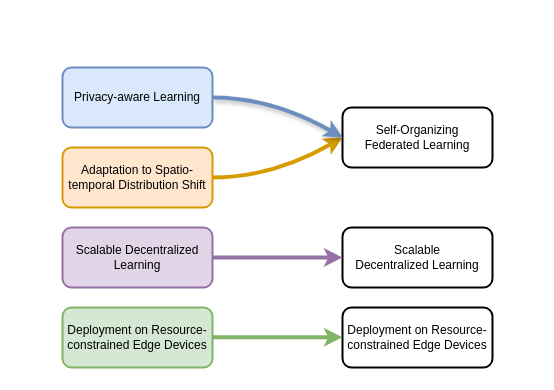
This is figures/mapping.drawio from domm99/phd-thesis, a draw.io file, before an edit. Source tidied: cells renumbered, new cells numbered last; positions are measured from the earlier drawing's top-left corner, leaving out a move shared by most shapes. Both pictures are drawn from the tidied source at 100%, with x=0, y=0 at pixel (62, 67).
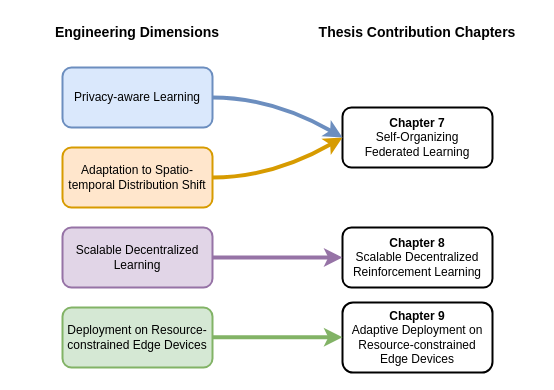
The same page after the edit.

Commit message (it also covers changes not shown here):
improve mapping figure

The change refers to these unchanged cells:
```xml
<mxCell id="4" value="Adaptation to Spatio-temporal Distribution Shift" style="rounded=1;whiteSpace=wrap;html=1;fillColor=#ffe6cc;strokeColor=#d79b00;strokeWidth=2;" parent="1" vertex="1">
  <mxGeometry y="80" width="150" height="60" as="geometry" />
</mxCell>
<mxCell id="6" value="Scalable Decentralized Learning" style="rounded=1;whiteSpace=wrap;html=1;fillColor=#e1d5e7;strokeColor=#9673a6;strokeWidth=2;" parent="1" vertex="1">
  <mxGeometry y="160" width="150" height="60" as="geometry" />
</mxCell>
```

What changed in the source:
```diff
@@
-    <mxCell id="2" style="edgeStyle=orthogonalEdgeStyle;curved=1;rounded=1;orthogonalLoop=1;jettySize=auto;html=1;exitX=0.5;exitY=1;exitDx=0;exitDy=0;" parent="1" edge="1">
-      <mxGeometry relative="1" as="geometry">
-        <mxPoint x="570" y="630" as="sourcePoint" />
-      </mxGeometry>
-    </mxCell>
+    <mxCell id="14" style="edgeStyle=orthogonalEdgeStyle;curved=1;rounded=1;orthogonalLoop=1;jettySize=auto;html=1;exitX=0.5;exitY=1;exitDx=0;exitDy=0;" parent="1" edge="1">
+      <mxGeometry relative="1" as="geometry">
+        <mxPoint x="570" y="630" as="sourcePoint" />
+      </mxGeometry>
+    </mxCell>
@@
-    <mxCell id="7" value="Self-Organizing &lt;br&gt;Federated Learning" style="rounded=1;whiteSpace=wrap;html=1;strokeWidth=2;" parent="1" vertex="1">
-      <mxGeometry x="280" y="40" width="150" height="60" as="geometry" />
-    </mxCell>
-    <mxCell id="8" value="Scalable Decentralized&lt;span style=&quot;background-color: transparent; color: light-dark(rgb(0, 0, 0), rgb(255, 255, 255));&quot;&gt;&amp;nbsp;Learning&lt;/span&gt;" style="rounded=1;whiteSpace=wrap;html=1;strokeWidth=2;" parent="1" vertex="1">
-      <mxGeometry x="280" y="160" width="150" height="60" as="geometry" />
-    </mxCell>
-    <mxCell id="9" value="Deployment on Resource-constrained Edge Devices" style="rounded=1;whiteSpace=wrap;html=1;strokeWidth=2;" parent="1" vertex="1">
-      <mxGeometry x="280" y="240" width="150" height="60" as="geometry" />
-    </mxCell>
-    <mxCell id="10" style="curved=1;endArrow=classic;html=1;rounded=1;strokeWidth=4;exitX=1;exitY=0.5;exitDx=0;exitDy=0;entryX=0;entryY=0.5;entryDx=0;entryDy=0;fillColor=#ffe6cc;strokeColor=#d79b00;" parent="1" edge="1" source="4" target="7">
-      <mxGeometry relative="1" as="geometry">
-        <Array as="points">
-          <mxPoint x="210" y="110" />
-        </Array>
-      </mxGeometry>
-    </mxCell>
-    <mxCell id="11" style="curved=1;endArrow=classic;html=1;rounded=1;strokeWidth=4;exitX=1;exitY=0.5;exitDx=0;exitDy=0;entryX=0;entryY=0.5;entryDx=0;entryDy=0;fillColor=#e1d5e7;strokeColor=#9673a6;" parent="1" edge="1" source="6" target="8">
-      <mxGeometry relative="1" as="geometry" />
-    </mxCell>
-    <mxCell id="12" style="curved=1;endArrow=classic;html=1;rounded=1;strokeWidth=4;exitX=1;exitY=0.5;exitDx=0;exitDy=0;entryX=0;entryY=0.5;entryDx=0;entryDy=0;fillColor=#d5e8d4;strokeColor=#82b366;" parent="1" edge="1">
-      <mxGeometry relative="1" as="geometry">
-        <mxPoint x="150" y="269.8" as="sourcePoint" />
-        <mxPoint x="280" y="269.8" as="targetPoint" />
-      </mxGeometry>
-    </mxCell>
-    <mxCell id="13" style="curved=1;endArrow=classic;html=1;rounded=1;strokeWidth=4;exitX=1;exitY=0.5;exitDx=0;exitDy=0;entryX=0;entryY=0.5;entryDx=0;entryDy=0;fillColor=#dae8fc;strokeColor=#6c8ebf;shadow=1;" parent="1" edge="1" target="7">
-      <mxGeometry relative="1" as="geometry">
-        <mxPoint x="150" y="30" as="sourcePoint" />
-        <Array as="points">
-          <mxPoint x="210" y="30" />
-        </Array>
-      </mxGeometry>
-    </mxCell>
+    <mxCell id="15" value="&lt;b&gt;Chapter 7&lt;/b&gt;&lt;div&gt;Self-Organizing &lt;br&gt;Federated Learning&lt;/div&gt;" style="rounded=1;whiteSpace=wrap;html=1;strokeWidth=2;" parent="1" vertex="1">
+      <mxGeometry x="280" y="40" width="150" height="60" as="geometry" />
+    </mxCell>
+    <mxCell id="16" value="&lt;b&gt;Chapter 8&lt;/b&gt;&lt;div&gt;Scalable Decentralized&lt;br&gt;&lt;span style=&quot;background-color: transparent; color: light-dark(rgb(0, 0, 0), rgb(255, 255, 255));&quot;&gt;Reinforcement Learning&lt;/span&gt;&lt;/div&gt;" style="rounded=1;whiteSpace=wrap;html=1;strokeWidth=2;" parent="1" vertex="1">
+      <mxGeometry x="280" y="160" width="150" height="60" as="geometry" />
+    </mxCell>
+    <mxCell id="17" value="&lt;b&gt;Chapter 9&lt;/b&gt;&lt;div&gt;Adaptive Deployment on Resource-constrained Edge Devices&lt;/div&gt;" style="rounded=1;whiteSpace=wrap;html=1;strokeWidth=2;" parent="1" vertex="1">
+      <mxGeometry x="280" y="235" width="150" height="70" as="geometry" />
+    </mxCell>
+    <mxCell id="18" style="curved=1;endArrow=classic;html=1;rounded=1;strokeWidth=4;exitX=1;exitY=0.5;exitDx=0;exitDy=0;entryX=0;entryY=0.5;entryDx=0;entryDy=0;fillColor=#ffe6cc;strokeColor=#d79b00;" parent="1" edge="1" source="4" target="15">
+      <mxGeometry relative="1" as="geometry">
+        <Array as="points">
+          <mxPoint x="210" y="110" />
+        </Array>
+      </mxGeometry>
+    </mxCell>
+    <mxCell id="19" style="curved=1;endArrow=classic;html=1;rounded=1;strokeWidth=4;exitX=1;exitY=0.5;exitDx=0;exitDy=0;entryX=0;entryY=0.5;entryDx=0;entryDy=0;fillColor=#e1d5e7;strokeColor=#9673a6;" parent="1" edge="1" source="6" target="16">
+      <mxGeometry relative="1" as="geometry" />
+    </mxCell>
+    <mxCell id="20" style="curved=1;endArrow=classic;html=1;rounded=1;strokeWidth=4;exitX=1;exitY=0.5;exitDx=0;exitDy=0;entryX=0;entryY=0.5;entryDx=0;entryDy=0;fillColor=#d5e8d4;strokeColor=#82b366;" parent="1" edge="1">
+      <mxGeometry relative="1" as="geometry">
+        <mxPoint x="150" y="269.8" as="sourcePoint" />
+        <mxPoint x="280" y="269.8" as="targetPoint" />
+      </mxGeometry>
+    </mxCell>
+    <mxCell id="21" style="curved=1;endArrow=classic;html=1;rounded=1;strokeWidth=4;exitX=1;exitY=0.5;exitDx=0;exitDy=0;entryX=0;entryY=0.5;entryDx=0;entryDy=0;fillColor=#dae8fc;strokeColor=#6c8ebf;shadow=0;" parent="1" edge="1" target="15">
+      <mxGeometry relative="1" as="geometry">
+        <mxPoint x="150" y="30" as="sourcePoint" />
+        <Array as="points">
+          <mxPoint x="210" y="30" />
+        </Array>
+      </mxGeometry>
+    </mxCell>
+    <mxCell id="22" value="&lt;b&gt;&lt;font style=&quot;font-size: 14px;&quot;&gt;Engineering Dimensions&lt;/font&gt;&lt;/b&gt;" style="text;html=1;whiteSpace=wrap;strokeColor=none;fillColor=none;align=center;verticalAlign=middle;rounded=0;" parent="1" vertex="1">
+      <mxGeometry x="-45" y="-50" width="240" height="30" as="geometry" />
+    </mxCell>
+    <mxCell id="23" value="&lt;b&gt;&lt;font style=&quot;font-size: 14px;&quot;&gt;Thesis Contribution Chapters&lt;/font&gt;&lt;/b&gt;" style="text;html=1;whiteSpace=wrap;strokeColor=none;fillColor=none;align=center;verticalAlign=middle;rounded=0;" parent="1" vertex="1">
+      <mxGeometry x="235" y="-50" width="240" height="30" as="geometry" />
+    </mxCell>
```
